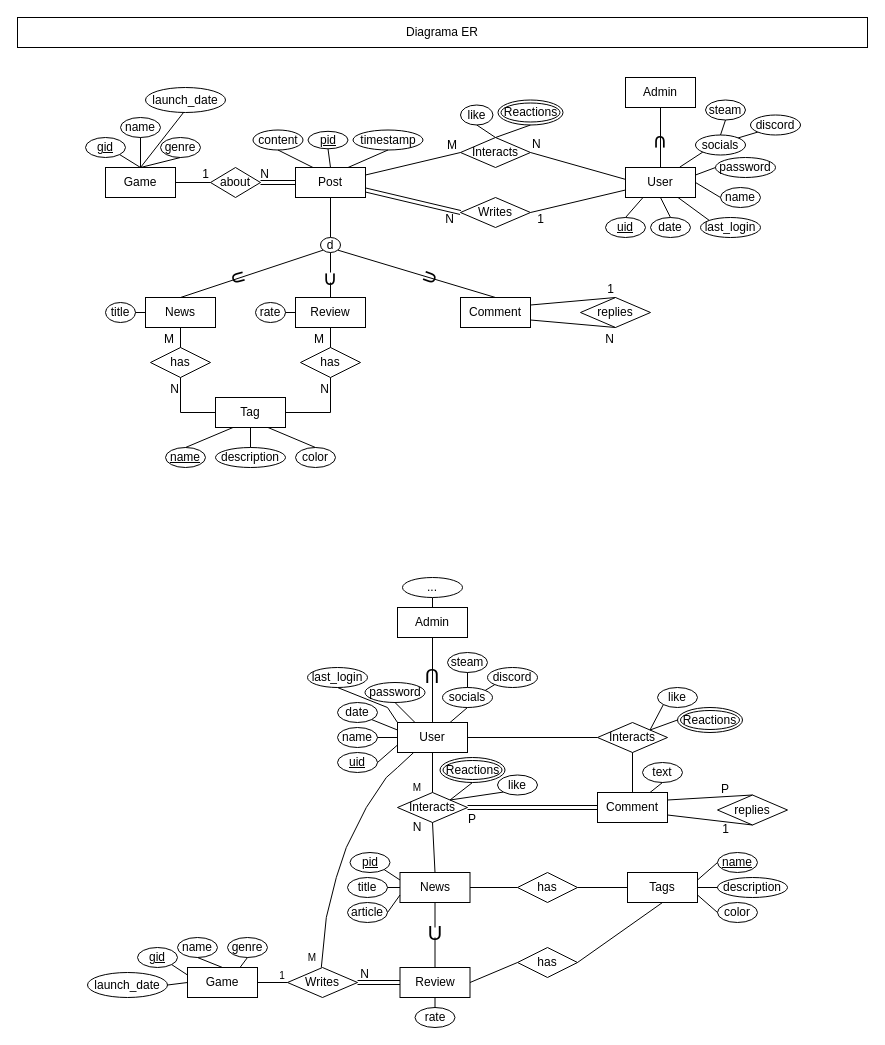
Earlier version of the draw.io diagram fsuy_bd_ER.drawio (HexagonalUniverse/fsuy). Source tidied: cells renumbered, new cells numbered last; positions are measured from the earlier drawing's top-left corner, leaving out a move shared by most shapes. Both pictures are drawn from the tidied source at 100%, with x=0, y=0 at pixel (17, 17).
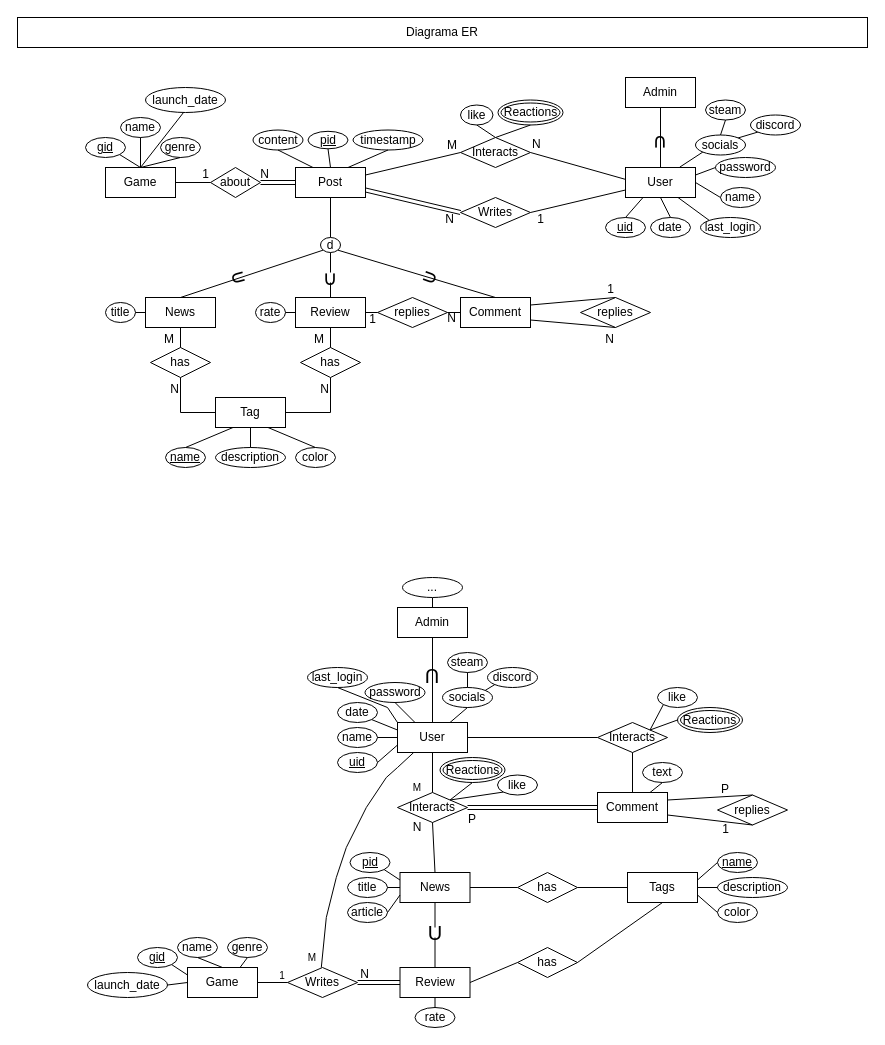
The same page after the edit.

Unchanged cells that the change refers to:
```xml
<mxCell id="95" value="Review" style="rounded=0;whiteSpace=wrap;html=1;" parent="1" vertex="1">
  <mxGeometry x="278" y="280" width="70" height="30" as="geometry" />
</mxCell>
<mxCell id="110" value="Comment" style="rounded=0;whiteSpace=wrap;html=1;" parent="1" vertex="1">
  <mxGeometry x="443" y="280" width="70" height="30" as="geometry" />
</mxCell>
<mxCell id="119" style="endArrow=none;html=1;rounded=0;exitX=1;exitY=0.5;exitDx=0;exitDy=0;entryX=0;entryY=0.75;entryDx=0;entryDy=0;" parent="1" edge="1" source="113" target="112">
  <mxGeometry relative="1" as="geometry" />
</mxCell>
```

The edit, as a diff of the source:
```diff
@@
+    <mxCell id="189" value="N" style="html=1;whiteSpace=wrap;align=right;verticalAlign=bottom;" parent="119" vertex="1">
+      <mxGeometry x="1" relative="1" as="geometry">
+        <mxPoint x="-168" y="137" as="offset" />
+      </mxGeometry>
+    </mxCell>
+    <mxCell id="190" value="1" style="html=1;whiteSpace=wrap;align=right;verticalAlign=bottom;" parent="119" vertex="1">
+      <mxGeometry x="1" relative="1" as="geometry">
+        <mxPoint x="-248" y="138" as="offset" />
+      </mxGeometry>
+    </mxCell>
@@
+    <mxCell id="191" value="replies" style="rhombus;whiteSpace=wrap;html=1;" parent="1" vertex="1">
+      <mxGeometry x="360" y="280" width="70" height="30" as="geometry" />
+    </mxCell>
+    <mxCell id="192" style="endArrow=none;html=1;rounded=0;entryX=1;entryY=0.5;entryDx=0;entryDy=0;exitX=0;exitY=0.5;exitDx=0;exitDy=0;" parent="1" edge="1" source="110" target="191">
+      <mxGeometry relative="1" as="geometry" />
+    </mxCell>
+    <mxCell id="193" style="endArrow=none;html=1;rounded=0;entryX=1;entryY=0.5;entryDx=0;entryDy=0;exitX=0;exitY=0.5;exitDx=0;exitDy=0;" parent="1" edge="1" source="191" target="95">
+      <mxGeometry relative="1" as="geometry" />
+    </mxCell>
```
